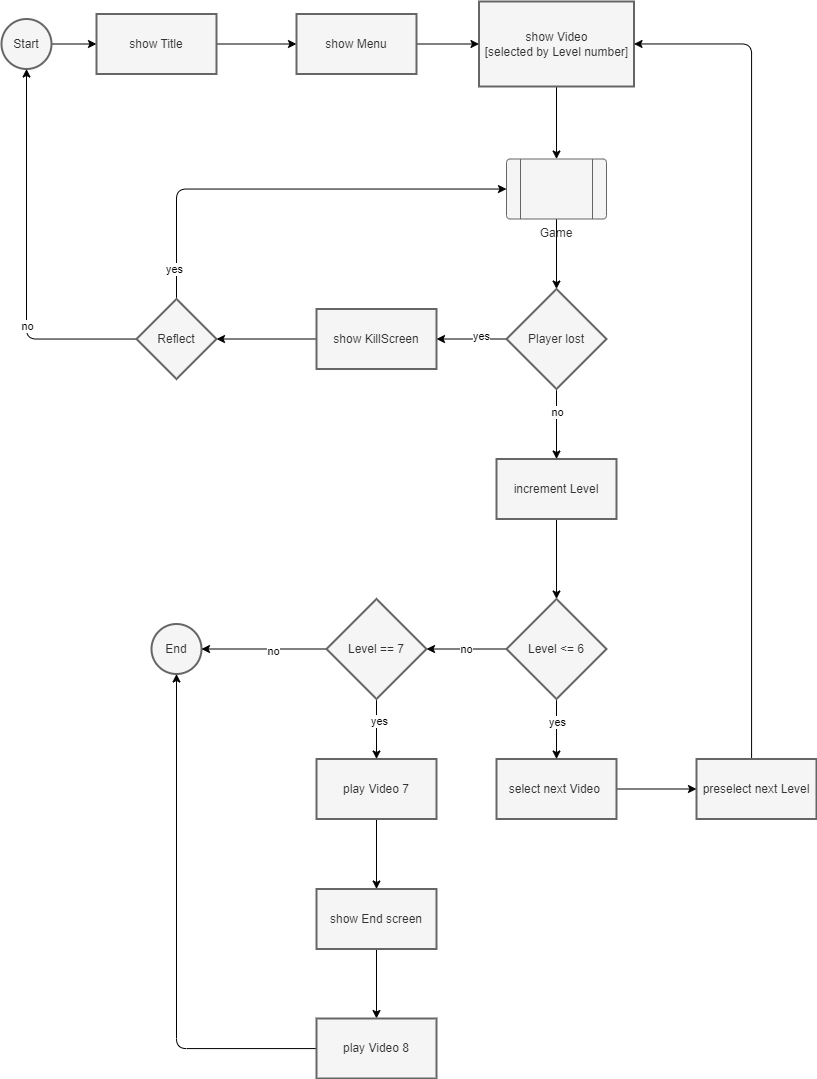
The draw.io diagram docs/FlowDraft.png in BigAwesome/Snake, before a commit. Source tidied: cells renumbered, new cells last; positions are measured from the earlier drawing's top-left corner, leaving out a move shared by most shapes. Source of this version:
```xml
<mxGraphModel>
  <root>
    <mxCell id="0" />
    <mxCell id="1" parent="0" />
    <mxCell id="2" style="edgeStyle=none;html=1;" parent="1" edge="1" source="3" target="5">
      <mxGeometry relative="1" as="geometry" />
    </mxCell>
    <mxCell id="3" value="Start" style="strokeWidth=2;html=1;shape=mxgraph.flowchart.start_2;whiteSpace=wrap;fillColor=#f5f5f5;fontColor=#333333;strokeColor=#666666;" parent="1" vertex="1">
      <mxGeometry y="17.5" width="50" height="50" as="geometry" />
    </mxCell>
    <mxCell id="4" style="edgeStyle=none;html=1;" parent="1" edge="1" source="5" target="7">
      <mxGeometry relative="1" as="geometry" />
    </mxCell>
    <mxCell id="5" value="show Title" style="whiteSpace=wrap;html=1;strokeWidth=2;fillColor=#f5f5f5;fontColor=#333333;strokeColor=#666666;" parent="1" vertex="1">
      <mxGeometry x="95" y="12.5" width="120" height="60" as="geometry" />
    </mxCell>
    <mxCell id="6" style="edgeStyle=none;html=1;" parent="1" edge="1" source="7" target="9">
      <mxGeometry relative="1" as="geometry" />
    </mxCell>
    <mxCell id="7" value="show Menu" style="whiteSpace=wrap;html=1;fillColor=#f5f5f5;strokeWidth=2;fontColor=#333333;strokeColor=#666666;" parent="1" vertex="1">
      <mxGeometry x="295" y="12.5" width="120" height="60" as="geometry" />
    </mxCell>
    <mxCell id="8" style="edgeStyle=none;html=1;" parent="1" edge="1" source="9" target="12">
      <mxGeometry relative="1" as="geometry" />
    </mxCell>
    <mxCell id="9" value="show Video &lt;br&gt;[selected by Level number]" style="whiteSpace=wrap;html=1;fillColor=#f5f5f5;strokeWidth=2;fontColor=#333333;strokeColor=#666666;" parent="1" vertex="1">
      <mxGeometry x="477.5" width="155" height="85" as="geometry" />
    </mxCell>
    <mxCell id="10" value="End" style="strokeWidth=2;html=1;shape=mxgraph.flowchart.start_2;whiteSpace=wrap;fillColor=#f5f5f5;fontColor=#333333;strokeColor=#666666;" parent="1" vertex="1">
      <mxGeometry x="150" y="622.5" width="50" height="50" as="geometry" />
    </mxCell>
    <mxCell id="11" style="edgeStyle=none;html=1;" parent="1" edge="1" source="12" target="17">
      <mxGeometry relative="1" as="geometry" />
    </mxCell>
    <mxCell id="12" value="Game" style="verticalLabelPosition=bottom;verticalAlign=top;html=1;shape=process;whiteSpace=wrap;rounded=1;size=0.14;arcSize=6;fillColor=#f5f5f5;fontColor=#333333;strokeColor=#666666;" parent="1" vertex="1">
      <mxGeometry x="505" y="157.5" width="100" height="60" as="geometry" />
    </mxCell>
    <mxCell id="13" style="edgeStyle=none;html=1;" parent="1" edge="1" source="17" target="19">
      <mxGeometry relative="1" as="geometry" />
    </mxCell>
    <mxCell id="14" value="yes" style="edgeLabel;html=1;align=center;verticalAlign=middle;" parent="13" vertex="1">
      <mxGeometry x="-0.27" y="-3" relative="1" as="geometry" />
    </mxCell>
    <mxCell id="15" style="edgeStyle=orthogonalEdgeStyle;html=1;" parent="1" edge="1" source="17" target="26">
      <mxGeometry relative="1" as="geometry" />
    </mxCell>
    <mxCell id="16" value="no" style="edgeLabel;html=1;align=center;verticalAlign=middle;" parent="15" vertex="1">
      <mxGeometry x="-0.34" relative="1" as="geometry" />
    </mxCell>
    <mxCell id="17" value="Player lost" style="strokeWidth=2;html=1;shape=mxgraph.flowchart.decision;whiteSpace=wrap;fillColor=#f5f5f5;fontColor=#333333;strokeColor=#666666;" parent="1" vertex="1">
      <mxGeometry x="505" y="287.5" width="100" height="100" as="geometry" />
    </mxCell>
    <mxCell id="18" style="edgeStyle=none;html=1;" parent="1" edge="1" source="19" target="24">
      <mxGeometry relative="1" as="geometry" />
    </mxCell>
    <mxCell id="19" value="show KillScreen" style="whiteSpace=wrap;html=1;fillColor=#f5f5f5;strokeWidth=2;fontColor=#333333;strokeColor=#666666;" parent="1" vertex="1">
      <mxGeometry x="315" y="307.5" width="120" height="60" as="geometry" />
    </mxCell>
    <mxCell id="20" style="edgeStyle=orthogonalEdgeStyle;html=1;" parent="1" edge="1" source="24" target="12">
      <mxGeometry relative="1" as="geometry">
        <Array as="points">
          <mxPoint x="175" y="187.5" />
        </Array>
      </mxGeometry>
    </mxCell>
    <mxCell id="21" value="yes" style="edgeLabel;html=1;align=center;verticalAlign=middle;" parent="20" vertex="1">
      <mxGeometry x="-0.86" y="3" relative="1" as="geometry" />
    </mxCell>
    <mxCell id="22" style="edgeStyle=orthogonalEdgeStyle;html=1;" parent="1" edge="1" source="24" target="3">
      <mxGeometry relative="1" as="geometry" />
    </mxCell>
    <mxCell id="23" value="no" style="edgeLabel;html=1;align=center;verticalAlign=middle;" parent="22" vertex="1">
      <mxGeometry x="-0.35" relative="1" as="geometry" />
    </mxCell>
    <mxCell id="24" value="Reflect" style="rhombus;whiteSpace=wrap;html=1;fillColor=#f5f5f5;strokeWidth=2;fontColor=#333333;strokeColor=#666666;" parent="1" vertex="1">
      <mxGeometry x="135" y="297.5" width="80" height="80" as="geometry" />
    </mxCell>
    <mxCell id="25" style="edgeStyle=orthogonalEdgeStyle;html=1;" parent="1" edge="1" source="26" target="31">
      <mxGeometry relative="1" as="geometry" />
    </mxCell>
    <mxCell id="26" value="increment Level" style="whiteSpace=wrap;html=1;fillColor=#f5f5f5;strokeWidth=2;fontColor=#333333;strokeColor=#666666;" parent="1" vertex="1">
      <mxGeometry x="495" y="457.5" width="120" height="60" as="geometry" />
    </mxCell>
    <mxCell id="27" style="edgeStyle=orthogonalEdgeStyle;html=1;" parent="1" edge="1" source="31" target="33">
      <mxGeometry relative="1" as="geometry" />
    </mxCell>
    <mxCell id="28" value="yes" style="edgeLabel;html=1;align=center;verticalAlign=middle;" parent="27" vertex="1">
      <mxGeometry x="-0.25" y="3" relative="1" as="geometry">
        <mxPoint x="-3" as="offset" />
      </mxGeometry>
    </mxCell>
    <mxCell id="29" style="edgeStyle=orthogonalEdgeStyle;html=1;" parent="1" edge="1" source="31" target="40">
      <mxGeometry relative="1" as="geometry" />
    </mxCell>
    <mxCell id="30" value="no" style="edgeLabel;html=1;align=center;verticalAlign=middle;" parent="29" vertex="1">
      <mxGeometry x="0.2" y="1" relative="1" as="geometry">
        <mxPoint x="7" y="-1" as="offset" />
      </mxGeometry>
    </mxCell>
    <mxCell id="31" value="Level &amp;lt;= 6" style="strokeWidth=2;html=1;shape=mxgraph.flowchart.decision;whiteSpace=wrap;fillColor=#f5f5f5;fontColor=#333333;strokeColor=#666666;" parent="1" vertex="1">
      <mxGeometry x="505" y="597.5" width="100" height="100" as="geometry" />
    </mxCell>
    <mxCell id="32" style="edgeStyle=orthogonalEdgeStyle;html=1;" parent="1" edge="1" source="33" target="35">
      <mxGeometry relative="1" as="geometry" />
    </mxCell>
    <mxCell id="33" value="select next Video&amp;nbsp;" style="whiteSpace=wrap;html=1;fillColor=#f5f5f5;strokeWidth=2;fontColor=#333333;strokeColor=#666666;" parent="1" vertex="1">
      <mxGeometry x="495" y="757.5" width="120" height="60" as="geometry" />
    </mxCell>
    <mxCell id="34" style="edgeStyle=orthogonalEdgeStyle;html=1;" parent="1" edge="1" source="35" target="9">
      <mxGeometry relative="1" as="geometry">
        <Array as="points">
          <mxPoint x="750" y="42.5" />
        </Array>
      </mxGeometry>
    </mxCell>
    <mxCell id="35" value="preselect next Level" style="whiteSpace=wrap;html=1;fillColor=#f5f5f5;strokeWidth=2;fontColor=#333333;strokeColor=#666666;" parent="1" vertex="1">
      <mxGeometry x="695" y="757.5" width="120" height="60" as="geometry" />
    </mxCell>
    <mxCell id="36" style="edgeStyle=orthogonalEdgeStyle;html=1;" parent="1" edge="1" source="40" target="42">
      <mxGeometry relative="1" as="geometry" />
    </mxCell>
    <mxCell id="37" value="yes" style="edgeLabel;html=1;align=center;verticalAlign=middle;" parent="36" vertex="1">
      <mxGeometry x="-0.26" y="2" relative="1" as="geometry" />
    </mxCell>
    <mxCell id="38" style="edgeStyle=orthogonalEdgeStyle;html=1;" parent="1" edge="1" source="40" target="10">
      <mxGeometry relative="1" as="geometry" />
    </mxCell>
    <mxCell id="39" value="no" style="edgeLabel;html=1;align=center;verticalAlign=middle;" parent="38" vertex="1">
      <mxGeometry x="-0.13" y="2" relative="1" as="geometry" />
    </mxCell>
    <mxCell id="40" value="Level == 7" style="strokeWidth=2;html=1;shape=mxgraph.flowchart.decision;whiteSpace=wrap;fillColor=#f5f5f5;fontColor=#333333;strokeColor=#666666;" parent="1" vertex="1">
      <mxGeometry x="325" y="597.5" width="100" height="100" as="geometry" />
    </mxCell>
    <mxCell id="41" style="edgeStyle=orthogonalEdgeStyle;html=1;" parent="1" edge="1" source="42" target="44">
      <mxGeometry relative="1" as="geometry" />
    </mxCell>
    <mxCell id="42" value="play Video 7" style="whiteSpace=wrap;html=1;fillColor=#f5f5f5;strokeWidth=2;fontColor=#333333;strokeColor=#666666;" parent="1" vertex="1">
      <mxGeometry x="315" y="757.5" width="120" height="60" as="geometry" />
    </mxCell>
    <mxCell id="43" style="edgeStyle=orthogonalEdgeStyle;html=1;" parent="1" edge="1" source="44" target="46">
      <mxGeometry relative="1" as="geometry" />
    </mxCell>
    <mxCell id="44" value="show End screen" style="whiteSpace=wrap;html=1;fillColor=#f5f5f5;strokeWidth=2;fontColor=#333333;strokeColor=#666666;" parent="1" vertex="1">
      <mxGeometry x="315" y="887.5" width="120" height="60" as="geometry" />
    </mxCell>
    <mxCell id="45" style="edgeStyle=orthogonalEdgeStyle;html=1;" parent="1" edge="1" source="46" target="10">
      <mxGeometry relative="1" as="geometry">
        <Array as="points">
          <mxPoint x="175" y="1047" />
        </Array>
      </mxGeometry>
    </mxCell>
    <mxCell id="46" value="play Video 8" style="whiteSpace=wrap;html=1;fillColor=#f5f5f5;strokeWidth=2;fontColor=#333333;strokeColor=#666666;" parent="1" vertex="1">
      <mxGeometry x="315" y="1017" width="120" height="60" as="geometry" />
    </mxCell>
  </root>
</mxGraphModel>
```
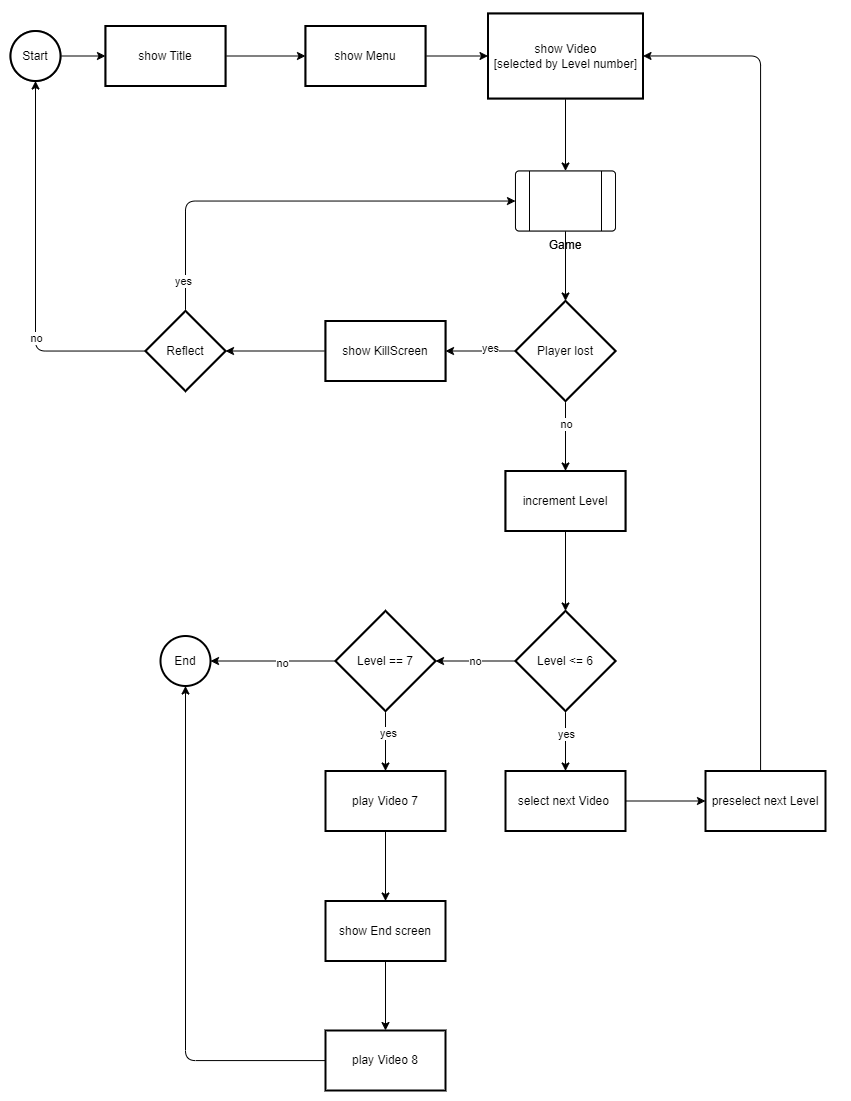
After the change.

Commit message:
updated png to display in darkmode

Change to the diagram source:
```diff
@@ -2,6 +2,9 @@
   <root>
     <mxCell id="0" />
     <mxCell id="1" parent="0" />
+    <mxCell id="47" style="rounded=0;whiteSpace=wrap;html=1;strokeColor=none;" parent="1" vertex="1">
+      <mxGeometry x="-10" y="-13" width="850" height="1100" as="geometry" />
+    </mxCell>
     <mxCell id="2" style="edgeStyle=none;html=1;" parent="1" edge="1" source="3" target="5">
       <mxGeometry relative="1" as="geometry" />
     </mxCell>
@@ -26,7 +29,7 @@
     <mxCell id="9" value="show Video &lt;br&gt;[selected by Level number]" style="whiteSpace=wrap;html=1;fillColor=#f5f5f5;strokeWidth=2;fontColor=#333333;strokeColor=#666666;" parent="1" vertex="1">
       <mxGeometry x="477.5" width="155" height="85" as="geometry" />
     </mxCell>
-    <mxCell id="10" value="End" style="strokeWidth=2;html=1;shape=mxgraph.flowchart.start_2;whiteSpace=wrap;fillColor=#f5f5f5;fontColor=#333333;strokeColor=#666666;" parent="1" vertex="1">
+    <mxCell id="10" value="End" style="strokeWidth=2;html=1;shape=mxgraph.flowchart.start_2;whiteSpace=wrap;" parent="1" vertex="1">
       <mxGeometry x="150" y="622.5" width="50" height="50" as="geometry" />
     </mxCell>
     <mxCell id="11" style="edgeStyle=none;html=1;" parent="1" edge="1" source="12" target="17">
@@ -103,7 +106,7 @@
     <mxCell id="32" style="edgeStyle=orthogonalEdgeStyle;html=1;" parent="1" edge="1" source="33" target="35">
       <mxGeometry relative="1" as="geometry" />
     </mxCell>
-    <mxCell id="33" value="select next Video&amp;nbsp;" style="whiteSpace=wrap;html=1;fillColor=#f5f5f5;strokeWidth=2;fontColor=#333333;strokeColor=#666666;" parent="1" vertex="1">
+    <mxCell id="33" value="select next Video&amp;nbsp;" style="whiteSpace=wrap;html=1;strokeWidth=2;" parent="1" vertex="1">
       <mxGeometry x="495" y="757.5" width="120" height="60" as="geometry" />
     </mxCell>
     <mxCell id="34" style="edgeStyle=orthogonalEdgeStyle;html=1;" parent="1" edge="1" source="35" target="9">
@@ -113,7 +116,7 @@
         </Array>
       </mxGeometry>
     </mxCell>
-    <mxCell id="35" value="preselect next Level" style="whiteSpace=wrap;html=1;fillColor=#f5f5f5;strokeWidth=2;fontColor=#333333;strokeColor=#666666;" parent="1" vertex="1">
+    <mxCell id="35" value="preselect next Level" style="whiteSpace=wrap;html=1;strokeWidth=2;" parent="1" vertex="1">
       <mxGeometry x="695" y="757.5" width="120" height="60" as="geometry" />
     </mxCell>
     <mxCell id="36" style="edgeStyle=orthogonalEdgeStyle;html=1;" parent="1" edge="1" source="40" target="42">
@@ -134,13 +137,13 @@
     <mxCell id="41" style="edgeStyle=orthogonalEdgeStyle;html=1;" parent="1" edge="1" source="42" target="44">
       <mxGeometry relative="1" as="geometry" />
     </mxCell>
-    <mxCell id="42" value="play Video 7" style="whiteSpace=wrap;html=1;fillColor=#f5f5f5;strokeWidth=2;fontColor=#333333;strokeColor=#666666;" parent="1" vertex="1">
+    <mxCell id="42" value="play Video 7" style="whiteSpace=wrap;html=1;strokeWidth=2;" parent="1" vertex="1">
       <mxGeometry x="315" y="757.5" width="120" height="60" as="geometry" />
     </mxCell>
     <mxCell id="43" style="edgeStyle=orthogonalEdgeStyle;html=1;" parent="1" edge="1" source="44" target="46">
       <mxGeometry relative="1" as="geometry" />
     </mxCell>
-    <mxCell id="44" value="show End screen" style="whiteSpace=wrap;html=1;fillColor=#f5f5f5;strokeWidth=2;fontColor=#333333;strokeColor=#666666;" parent="1" vertex="1">
+    <mxCell id="44" value="show End screen" style="whiteSpace=wrap;html=1;strokeWidth=2;" parent="1" vertex="1">
       <mxGeometry x="315" y="887.5" width="120" height="60" as="geometry" />
     </mxCell>
     <mxCell id="45" style="edgeStyle=orthogonalEdgeStyle;html=1;" parent="1" edge="1" source="46" target="10">
@@ -150,8 +153,41 @@
         </Array>
       </mxGeometry>
     </mxCell>
-    <mxCell id="46" value="play Video 8" style="whiteSpace=wrap;html=1;fillColor=#f5f5f5;strokeWidth=2;fontColor=#333333;strokeColor=#666666;" parent="1" vertex="1">
+    <mxCell id="46" value="play Video 8" style="whiteSpace=wrap;html=1;strokeWidth=2;" parent="1" vertex="1">
       <mxGeometry x="315" y="1017" width="120" height="60" as="geometry" />
     </mxCell>
+    <mxCell id="48" value="show Video &lt;br&gt;[selected by Level number]" style="whiteSpace=wrap;html=1;strokeWidth=2;" parent="1" vertex="1">
+      <mxGeometry x="477.5" width="155" height="85" as="geometry" />
+    </mxCell>
+    <mxCell id="49" value="show Menu" style="whiteSpace=wrap;html=1;strokeWidth=2;" parent="1" vertex="1">
+      <mxGeometry x="295" y="12.5" width="120" height="60" as="geometry" />
+    </mxCell>
+    <mxCell id="50" value="show Title" style="whiteSpace=wrap;html=1;strokeWidth=2;" parent="1" vertex="1">
+      <mxGeometry x="95" y="12.5" width="120" height="60" as="geometry" />
+    </mxCell>
+    <mxCell id="51" value="Start" style="strokeWidth=2;html=1;shape=mxgraph.flowchart.start_2;whiteSpace=wrap;" parent="1" vertex="1">
+      <mxGeometry y="17.5" width="50" height="50" as="geometry" />
+    </mxCell>
+    <mxCell id="52" value="Reflect" style="rhombus;whiteSpace=wrap;html=1;strokeWidth=2;" parent="1" vertex="1">
+      <mxGeometry x="135" y="297.5" width="80" height="80" as="geometry" />
+    </mxCell>
+    <mxCell id="53" value="show KillScreen" style="whiteSpace=wrap;html=1;strokeWidth=2;" parent="1" vertex="1">
+      <mxGeometry x="315" y="307.5" width="120" height="60" as="geometry" />
+    </mxCell>
+    <mxCell id="54" value="Game" style="verticalLabelPosition=bottom;verticalAlign=top;html=1;shape=process;whiteSpace=wrap;rounded=1;size=0.14;arcSize=6;" parent="1" vertex="1">
+      <mxGeometry x="505" y="157.5" width="100" height="60" as="geometry" />
+    </mxCell>
+    <mxCell id="55" value="Player lost" style="strokeWidth=2;html=1;shape=mxgraph.flowchart.decision;whiteSpace=wrap;" parent="1" vertex="1">
+      <mxGeometry x="505" y="287.5" width="100" height="100" as="geometry" />
+    </mxCell>
+    <mxCell id="56" value="increment Level" style="whiteSpace=wrap;html=1;strokeWidth=2;" parent="1" vertex="1">
+      <mxGeometry x="495" y="457.5" width="120" height="60" as="geometry" />
+    </mxCell>
+    <mxCell id="57" value="Level &amp;lt;= 6" style="strokeWidth=2;html=1;shape=mxgraph.flowchart.decision;whiteSpace=wrap;" parent="1" vertex="1">
+      <mxGeometry x="505" y="597.5" width="100" height="100" as="geometry" />
+    </mxCell>
+    <mxCell id="58" value="Level == 7" style="strokeWidth=2;html=1;shape=mxgraph.flowchart.decision;whiteSpace=wrap;" parent="1" vertex="1">
+      <mxGeometry x="325" y="597.5" width="100" height="100" as="geometry" />
+    </mxCell>
   </root>
 </mxGraphModel>
```
